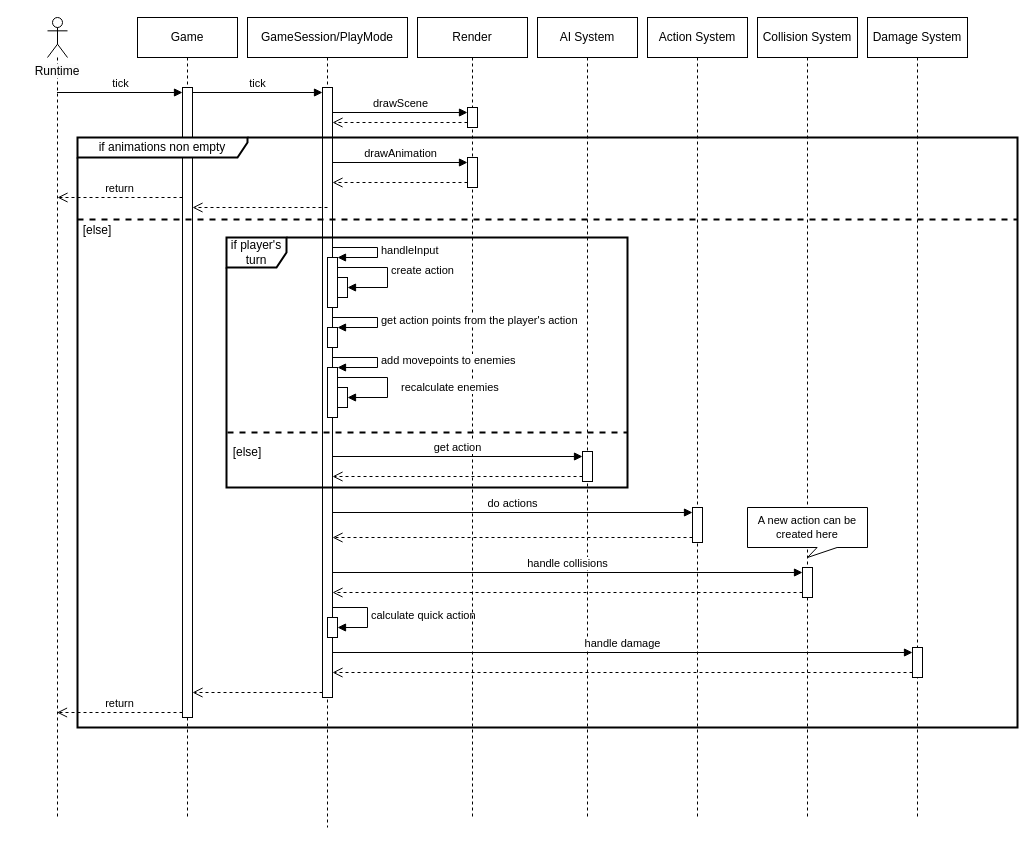
Earlier version of the draw.io diagram page "PlayMode tick" (3 of 3) of docs/schemas.drawio (vladimir-popov/forgotten_catacombs). Source tidied: cells renumbered, new cells numbered last; positions are measured from the earlier drawing's top-left corner, leaving out a move shared by most shapes. Both pictures are drawn from the tidied source at 100%, with x=0, y=0 at pixel (17, 17).
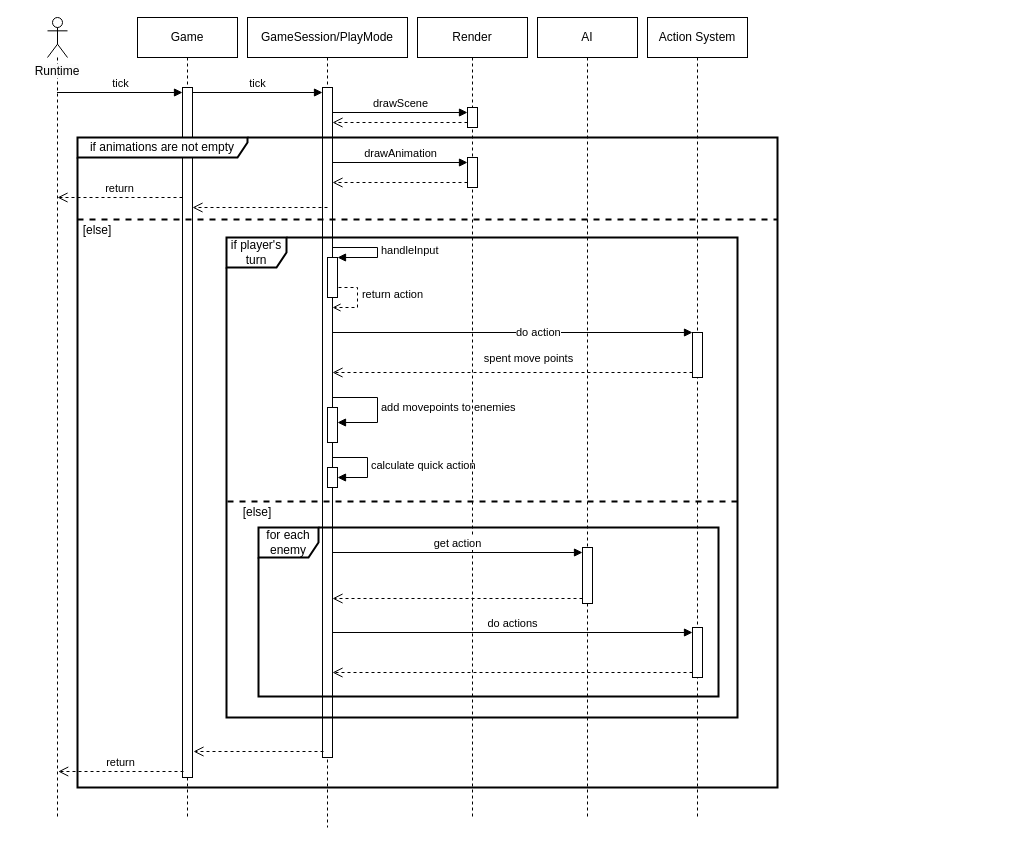
The same page after the edit.

The change refers to these unchanged cells:
```xml
<mxCell id="2" style="shape=umlLifeline;perimeter=lifelinePerimeter;whiteSpace=wrap;html=1;outlineConnect=0;portConstraint=eastwest;newEdgeStyle={&quot;curved&quot;:0,&quot;rounded&quot;:0};participant=umlActor;size=40;" parent="1" vertex="1">
  <mxGeometry x="30" width="20" height="800" as="geometry" />
</mxCell>
<mxCell id="4" value="Game" style="shape=umlLifeline;perimeter=lifelinePerimeter;whiteSpace=wrap;html=1;newEdgeStyle={&quot;curved&quot;:0,&quot;rounded&quot;:0};" parent="1" vertex="1">
  <mxGeometry x="120" width="100" height="800" as="geometry" />
</mxCell>
<mxCell id="6" value="GameSession/PlayMode" style="shape=umlLifeline;perimeter=lifelinePerimeter;whiteSpace=wrap;html=1;newEdgeStyle={&quot;curved&quot;:0,&quot;rounded&quot;:0};" parent="1" vertex="1">
  <mxGeometry x="230" width="160" height="810" as="geometry" />
</mxCell>
<mxCell id="36" value="Action System" style="shape=umlLifeline;perimeter=lifelinePerimeter;whiteSpace=wrap;html=1;newEdgeStyle={&quot;curved&quot;:0,&quot;rounded&quot;:0};" parent="1" vertex="1">
  <mxGeometry x="630" width="100" height="800" as="geometry" />
</mxCell>
```

What changed in the source:
```diff
@@
     <mxCell id="5" style="html=1;points=[[0,0,0,0,5],[0,1,0,0,-5],[1,0,0,0,5],[1,1,0,0,-5]];perimeter=orthogonalPerimeter;outlineConnect=0;targetShapes=umlLifeline;portConstraint=eastwest;newEdgeStyle={&quot;curved&quot;:0,&quot;rounded&quot;:0};" parent="4" vertex="1">
-      <mxGeometry x="45" y="70" width="10" height="630" as="geometry" />
+      <mxGeometry x="45" y="70" width="10" height="690" as="geometry" />
     </mxCell>
@@
     <mxCell id="7" style="html=1;points=[[0,0,0,0,5],[0,1,0,0,-5],[1,0,0,0,5],[1,1,0,0,-5]];perimeter=orthogonalPerimeter;outlineConnect=0;targetShapes=umlLifeline;portConstraint=eastwest;newEdgeStyle={&quot;curved&quot;:0,&quot;rounded&quot;:0};" parent="6" vertex="1">
-      <mxGeometry x="75" y="70" width="10" height="610" as="geometry" />
+      <mxGeometry x="75" y="70" width="10" height="670" as="geometry" />
     </mxCell>
     <mxCell id="8" value="calculate quick action" style="html=1;align=left;spacingLeft=2;endArrow=block;rounded=0;edgeStyle=orthogonalEdgeStyle;curved=0;rounded=0;" parent="6" edge="1" target="9">
       <mxGeometry relative="1" as="geometry">
-        <mxPoint x="85" y="590" as="sourcePoint" />
+        <mxPoint x="85" y="440" as="sourcePoint" />
         <Array as="points">
-          <mxPoint x="120" y="590" />
-          <mxPoint x="120" y="610" />
+          <mxPoint x="120" y="440" />
+          <mxPoint x="120" y="460" />
         </Array>
       </mxGeometry>
     </mxCell>
     <mxCell id="9" style="html=1;points=[[0,0,0,0,5],[0,1,0,0,-5],[1,0,0,0,5],[1,1,0,0,-5]];perimeter=orthogonalPerimeter;outlineConnect=0;targetShapes=umlLifeline;portConstraint=eastwest;newEdgeStyle={&quot;curved&quot;:0,&quot;rounded&quot;:0};" parent="6" vertex="1">
-      <mxGeometry x="80" y="600" width="10" height="20" as="geometry" />
+      <mxGeometry x="80" y="450" width="10" height="20" as="geometry" />
     </mxCell>
+    <mxCell id="25" style="html=1;points=[[0,0,0,0,5],[0,1,0,0,-5],[1,0,0,0,5],[1,1,0,0,-5]];perimeter=orthogonalPerimeter;outlineConnect=0;targetShapes=umlLifeline;portConstraint=eastwest;newEdgeStyle={&quot;curved&quot;:0,&quot;rounded&quot;:0};" parent="6" vertex="1">
+      <mxGeometry x="80" y="390" width="10" height="35" as="geometry" />
+    </mxCell>
+    <mxCell id="26" value="add movepoints to enemies" style="html=1;align=left;spacingLeft=2;endArrow=block;rounded=0;edgeStyle=orthogonalEdgeStyle;curved=0;rounded=0;" parent="6" edge="1" target="25">
+      <mxGeometry relative="1" as="geometry">
+        <mxPoint x="85" y="380" as="sourcePoint" />
+        <Array as="points">
+          <mxPoint x="130" y="380" />
+          <mxPoint x="130" y="405" />
+        </Array>
+      </mxGeometry>
+    </mxCell>
@@
-    <mxCell id="11" value="return" style="html=1;verticalAlign=bottom;endArrow=open;dashed=1;endSize=8;curved=0;rounded=0;exitX=0;exitY=1;exitDx=0;exitDy=-5;" parent="1" edge="1" source="5" target="2">
-      <mxGeometry relative="1" as="geometry" />
+    <mxCell id="11" value="return" style="html=1;verticalAlign=bottom;endArrow=open;dashed=1;endSize=8;curved=0;rounded=0;exitX=0;exitY=1;exitDx=0;exitDy=-5;" parent="1" edge="1">
+      <mxGeometry relative="1" as="geometry">
+        <mxPoint x="166" y="754" as="sourcePoint" />
+        <mxPoint x="40.7" y="754" as="targetPoint" />
+      </mxGeometry>
     </mxCell>
@@
-    <mxCell id="13" style="html=1;verticalAlign=bottom;endArrow=open;dashed=1;endSize=8;curved=0;rounded=0;exitX=0;exitY=1;exitDx=0;exitDy=-5;" parent="1" edge="1" source="7" target="5">
-      <mxGeometry relative="1" as="geometry" />
+    <mxCell id="13" style="html=1;verticalAlign=bottom;endArrow=open;dashed=1;endSize=8;curved=0;rounded=0;exitX=0;exitY=1;exitDx=0;exitDy=-5;" parent="1" edge="1">
+      <mxGeometry relative="1" as="geometry">
+        <mxPoint x="306" y="734" as="sourcePoint" />
+        <mxPoint x="176" y="734" as="targetPoint" />
+      </mxGeometry>
     </mxCell>
@@
-    <mxCell id="19" value="if animations non empty" style="shape=umlFrame;whiteSpace=wrap;html=1;width=170;height=20;strokeWidth=2;" parent="1" vertex="1">
-      <mxGeometry x="60" y="120" width="940" height="590" as="geometry" />
+    <mxCell id="19" value="if animations are not empty" style="shape=umlFrame;whiteSpace=wrap;html=1;width=170;height=20;strokeWidth=2;" parent="1" vertex="1">
+      <mxGeometry x="60" y="120" width="700" height="650" as="geometry" />
     </mxCell>
@@
     <mxCell id="22" value="if player's turn" style="shape=umlFrame;whiteSpace=wrap;html=1;strokeWidth=2;" parent="1" vertex="1">
-      <mxGeometry x="209" y="220" width="401" height="250" as="geometry" />
+      <mxGeometry x="209" y="220" width="511" height="480" as="geometry" />
     </mxCell>
+    <mxCell id="57" style="edgeStyle=orthogonalEdgeStyle;rounded=0;jettySize=auto;html=1;curved=0;exitX=1;exitY=1;exitDx=0;exitDy=-5;exitPerimeter=0;dashed=1;endArrow=open;endFill=0;" parent="1" edge="1" source="23" target="7">
+      <mxGeometry relative="1" as="geometry">
+        <Array as="points">
+          <mxPoint x="320" y="270" />
+          <mxPoint x="340" y="270" />
+          <mxPoint x="340" y="290" />
+        </Array>
+      </mxGeometry>
+    </mxCell>
+    <mxCell id="58" value="return action" style="edgeLabel;html=1;align=center;verticalAlign=middle;" parent="57" vertex="1">
+      <mxGeometry x="-0.11" relative="1" as="geometry">
+        <mxPoint x="34" as="offset" />
+      </mxGeometry>
+    </mxCell>
     <mxCell id="23" style="html=1;points=[[0,0,0,0,5],[0,1,0,0,-5],[1,0,0,0,5],[1,1,0,0,-5]];perimeter=orthogonalPerimeter;outlineConnect=0;targetShapes=umlLifeline;portConstraint=eastwest;newEdgeStyle={&quot;curved&quot;:0,&quot;rounded&quot;:0};" parent="1" vertex="1">
-      <mxGeometry x="310" y="240" width="10" height="50" as="geometry" />
+      <mxGeometry x="310" y="240" width="10" height="40" as="geometry" />
     </mxCell>
@@
-    <mxCell id="25" style="html=1;points=[[0,0,0,0,5],[0,1,0,0,-5],[1,0,0,0,5],[1,1,0,0,-5]];perimeter=orthogonalPerimeter;outlineConnect=0;targetShapes=umlLifeline;portConstraint=eastwest;newEdgeStyle={&quot;curved&quot;:0,&quot;rounded&quot;:0};" parent="1" vertex="1">
-      <mxGeometry x="310" y="350" width="10" height="50" as="geometry" />
-    </mxCell>
-    <mxCell id="26" value="add movepoints to enemies" style="html=1;align=left;spacingLeft=2;endArrow=block;rounded=0;edgeStyle=orthogonalEdgeStyle;curved=0;rounded=0;" parent="1" edge="1" source="7" target="25">
-      <mxGeometry relative="1" as="geometry">
-        <Array as="points">
-          <mxPoint x="360" y="340" />
-          <mxPoint x="360" y="350" />
-        </Array>
-      </mxGeometry>
-    </mxCell>
@@
     <mxCell id="28" style="line;strokeWidth=2;fillColor=none;align=left;verticalAlign=middle;spacingTop=-1;spacingLeft=3;spacingRight=3;labelPosition=right;strokeColor=inherit;dashed=1;" parent="1" vertex="1">
-      <mxGeometry x="60" y="198" width="940" height="8" as="geometry" />
+      <mxGeometry x="60" y="198" width="700" height="8" as="geometry" />
     </mxCell>
@@
     <mxCell id="31" style="line;strokeWidth=2;fillColor=none;align=left;verticalAlign=middle;spacingTop=-1;spacingLeft=3;spacingRight=3;labelPosition=right;strokeColor=inherit;dashed=1;" parent="1" vertex="1">
-      <mxGeometry x="210" y="411" width="400" height="8" as="geometry" />
+      <mxGeometry x="210" y="480" width="510" height="8" as="geometry" />
     </mxCell>
-    <mxCell id="32" value="AI System" style="shape=umlLifeline;perimeter=lifelinePerimeter;whiteSpace=wrap;html=1;newEdgeStyle={&quot;curved&quot;:0,&quot;rounded&quot;:0};" parent="1" vertex="1">
+    <mxCell id="32" value="AI" style="shape=umlLifeline;perimeter=lifelinePerimeter;whiteSpace=wrap;html=1;newEdgeStyle={&quot;curved&quot;:0,&quot;rounded&quot;:0};" parent="1" vertex="1">
       <mxGeometry x="520" width="100" height="800" as="geometry" />
     </mxCell>
     <mxCell id="33" style="html=1;points=[[0,0,0,0,5],[0,1,0,0,-5],[1,0,0,0,5],[1,1,0,0,-5]];perimeter=orthogonalPerimeter;outlineConnect=0;targetShapes=umlLifeline;portConstraint=eastwest;newEdgeStyle={&quot;curved&quot;:0,&quot;rounded&quot;:0};" parent="32" vertex="1">
-      <mxGeometry x="45" y="434" width="10" height="30" as="geometry" />
+      <mxGeometry x="45" y="530" width="10" height="56" as="geometry" />
     </mxCell>
@@
     <mxCell id="37" style="html=1;points=[[0,0,0,0,5],[0,1,0,0,-5],[1,0,0,0,5],[1,1,0,0,-5]];perimeter=orthogonalPerimeter;outlineConnect=0;targetShapes=umlLifeline;portConstraint=eastwest;newEdgeStyle={&quot;curved&quot;:0,&quot;rounded&quot;:0};" parent="36" vertex="1">
-      <mxGeometry x="45" y="490" width="10" height="35" as="geometry" />
+      <mxGeometry x="45" y="610" width="10" height="50" as="geometry" />
     </mxCell>
-    <mxCell id="38" value="Collision System" style="shape=umlLifeline;perimeter=lifelinePerimeter;whiteSpace=wrap;html=1;newEdgeStyle={&quot;curved&quot;:0,&quot;rounded&quot;:0};" parent="1" vertex="1">
-      <mxGeometry x="740" width="100" height="800" as="geometry" />
-    </mxCell>
-    <mxCell id="39" style="html=1;points=[[0,0,0,0,5],[0,1,0,0,-5],[1,0,0,0,5],[1,1,0,0,-5]];perimeter=orthogonalPerimeter;outlineConnect=0;targetShapes=umlLifeline;portConstraint=eastwest;newEdgeStyle={&quot;curved&quot;:0,&quot;rounded&quot;:0};" parent="38" vertex="1">
-      <mxGeometry x="45" y="550" width="10" height="30" as="geometry" />
-    </mxCell>
+    <mxCell id="49" style="html=1;points=[[0,0,0,0,5],[0,1,0,0,-5],[1,0,0,0,5],[1,1,0,0,-5]];perimeter=orthogonalPerimeter;outlineConnect=0;targetShapes=umlLifeline;portConstraint=eastwest;newEdgeStyle={&quot;curved&quot;:0,&quot;rounded&quot;:0};" parent="36" vertex="1">
+      <mxGeometry x="45" y="315" width="10" height="45" as="geometry" />
+    </mxCell>
@@
-    <mxCell id="42" value="handle collisions" style="html=1;verticalAlign=bottom;endArrow=block;curved=0;rounded=0;entryX=0;entryY=0;entryDx=0;entryDy=5;" parent="1" edge="1" source="7" target="39">
-      <mxGeometry relative="1" as="geometry" />
-    </mxCell>
-    <mxCell id="43" style="html=1;verticalAlign=bottom;endArrow=open;dashed=1;endSize=8;curved=0;rounded=0;exitX=0;exitY=1;exitDx=0;exitDy=-5;" parent="1" edge="1" source="39" target="7">
-      <mxGeometry relative="1" as="geometry" />
-    </mxCell>
-    <mxCell id="44" value="Damage System" style="shape=umlLifeline;perimeter=lifelinePerimeter;whiteSpace=wrap;html=1;newEdgeStyle={&quot;curved&quot;:0,&quot;rounded&quot;:0};" parent="1" vertex="1">
-      <mxGeometry x="850" width="100" height="800" as="geometry" />
-    </mxCell>
-    <mxCell id="45" style="html=1;points=[[0,0,0,0,5],[0,1,0,0,-5],[1,0,0,0,5],[1,1,0,0,-5]];perimeter=orthogonalPerimeter;outlineConnect=0;targetShapes=umlLifeline;portConstraint=eastwest;newEdgeStyle={&quot;curved&quot;:0,&quot;rounded&quot;:0};" parent="44" vertex="1">
-      <mxGeometry x="45" y="630" width="10" height="30" as="geometry" />
-    </mxCell>
-    <mxCell id="46" value="handle damage" style="html=1;verticalAlign=bottom;endArrow=block;curved=0;rounded=0;entryX=0;entryY=0;entryDx=0;entryDy=5;" parent="1" edge="1" source="7" target="45">
-      <mxGeometry relative="1" as="geometry" />
-    </mxCell>
-    <mxCell id="47" style="html=1;verticalAlign=bottom;endArrow=open;dashed=1;endSize=8;curved=0;rounded=0;exitX=0;exitY=1;exitDx=0;exitDy=-5;" parent="1" edge="1" source="45" target="7">
-      <mxGeometry relative="1" as="geometry" />
-    </mxCell>
     <mxCell id="48" value="[else]" style="text;html=1;align=center;verticalAlign=middle;whiteSpace=wrap;rounded=0;" parent="1" vertex="1">
-      <mxGeometry x="200" y="420" width="60" height="30" as="geometry" />
+      <mxGeometry x="210" y="480" width="60" height="30" as="geometry" />
     </mxCell>
-    <mxCell id="49" style="html=1;points=[[0,0,0,0,5],[0,1,0,0,-5],[1,0,0,0,5],[1,1,0,0,-5]];perimeter=orthogonalPerimeter;outlineConnect=0;targetShapes=umlLifeline;portConstraint=eastwest;newEdgeStyle={&quot;curved&quot;:0,&quot;rounded&quot;:0};" parent="1" vertex="1">
-      <mxGeometry x="310" y="310" width="10" height="20" as="geometry" />
-    </mxCell>
-    <mxCell id="50" value="get action points from the player's action" style="html=1;align=left;spacingLeft=2;endArrow=block;rounded=0;edgeStyle=orthogonalEdgeStyle;curved=0;rounded=0;" parent="1" edge="1" source="7" target="49">
-      <mxGeometry relative="1" as="geometry">
-        <Array as="points">
-          <mxPoint x="360" y="300" />
-          <mxPoint x="360" y="310" />
-        </Array>
-      </mxGeometry>
-    </mxCell>
-    <mxCell id="51" value="A new action can be created here" style="shape=callout;whiteSpace=wrap;html=1;perimeter=calloutPerimeter;fontSize=11;size=10;position=0.58;" parent="1" vertex="1">
-      <mxGeometry x="730" y="490" width="120" height="50" as="geometry" />
-    </mxCell>
-    <mxCell id="52" style="group;" parent="1" vertex="1">
-      <mxGeometry x="320" y="360" width="50" height="30" as="geometry" />
-    </mxCell>
-    <mxCell id="53" style="html=1;points=[[0,0,0,0,5],[0,1,0,0,-5],[1,0,0,0,5],[1,1,0,0,-5]];perimeter=orthogonalPerimeter;outlineConnect=0;targetShapes=umlLifeline;portConstraint=eastwest;newEdgeStyle={&quot;curved&quot;:0,&quot;rounded&quot;:0};" parent="52" vertex="1">
-      <mxGeometry y="10" width="10" height="20" as="geometry" />
-    </mxCell>
-    <mxCell id="54" value="recalculate enemies" style="html=1;align=left;spacingLeft=2;endArrow=block;rounded=0;edgeStyle=orthogonalEdgeStyle;curved=0;rounded=0;" parent="52" edge="1" source="25" target="53">
-      <mxGeometry x="0.09" y="10" relative="1" as="geometry">
-        <Array as="points">
-          <mxPoint x="50" />
-          <mxPoint x="50" y="20" />
-        </Array>
-      </mxGeometry>
-    </mxCell>
-    <mxCell id="55" style="html=1;points=[[0,0,0,0,5],[0,1,0,0,-5],[1,0,0,0,5],[1,1,0,0,-5]];perimeter=orthogonalPerimeter;outlineConnect=0;targetShapes=umlLifeline;portConstraint=eastwest;newEdgeStyle={&quot;curved&quot;:0,&quot;rounded&quot;:0};" parent="1" vertex="1">
-      <mxGeometry x="320" y="260" width="10" height="20" as="geometry" />
-    </mxCell>
-    <mxCell id="56" value="create action" style="html=1;align=left;spacingLeft=2;endArrow=block;rounded=0;edgeStyle=orthogonalEdgeStyle;curved=0;rounded=0;exitX=1;exitY=0;exitDx=0;exitDy=5;exitPerimeter=0;" parent="1" edge="1" source="23" target="55">
+    <mxCell id="56" value="do action" style="html=1;align=left;spacingLeft=2;endArrow=block;rounded=0;edgeStyle=orthogonalEdgeStyle;curved=0;rounded=0;" parent="1" edge="1" source="7" target="49">
       <mxGeometry relative="1" as="geometry">
         <Array as="points">
-          <mxPoint x="320" y="250" />
-          <mxPoint x="370" y="250" />
-          <mxPoint x="370" y="270" />
+          <mxPoint x="500" y="315" />
+          <mxPoint x="500" y="315" />
         </Array>
       </mxGeometry>
     </mxCell>
+    <mxCell id="59" style="html=1;verticalAlign=bottom;endArrow=open;dashed=1;endSize=8;curved=0;rounded=0;exitX=0;exitY=1;exitDx=0;exitDy=-5;exitPerimeter=0;" parent="1" edge="1" source="49" target="7">
+      <mxGeometry relative="1" as="geometry" />
+    </mxCell>
+    <mxCell id="60" value="spent move points" style="edgeLabel;html=1;align=center;verticalAlign=middle;" parent="59" vertex="1">
+      <mxGeometry x="-0.11" y="1" relative="1" as="geometry">
+        <mxPoint x="-5" y="-16" as="offset" />
+      </mxGeometry>
+    </mxCell>
+    <mxCell id="61" value="for each enemy" style="shape=umlFrame;whiteSpace=wrap;html=1;strokeWidth=2;" parent="1" vertex="1">
+      <mxGeometry x="241" y="510" width="460" height="169" as="geometry" />
+    </mxCell>
```
